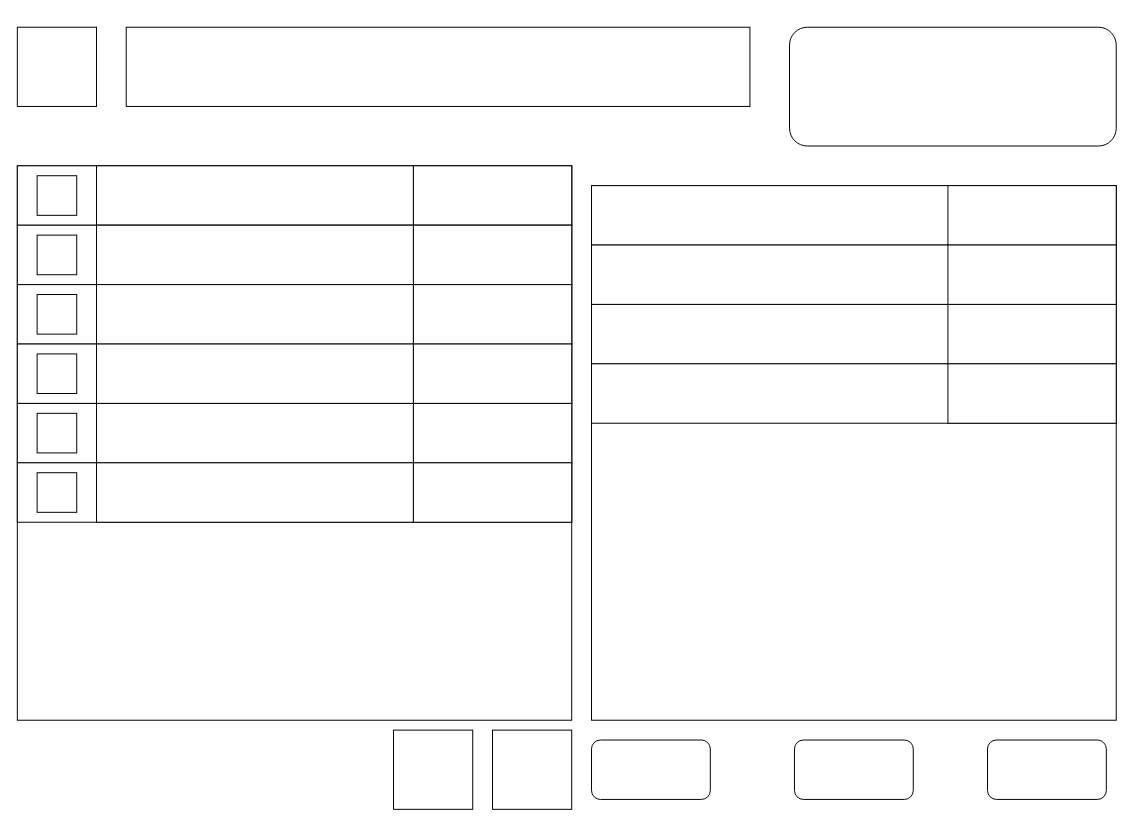
Earlier version of the draw.io diagram SE Product selector.drawio.xml (WillTheDeveloper/drawio). Source tidied: cells renumbered, new cells numbered last; positions are measured from the earlier drawing's top-left corner, leaving out a move shared by most shapes. Both pictures are drawn from the tidied source at 99%, with x=0, y=0 at pixel (17, 27).
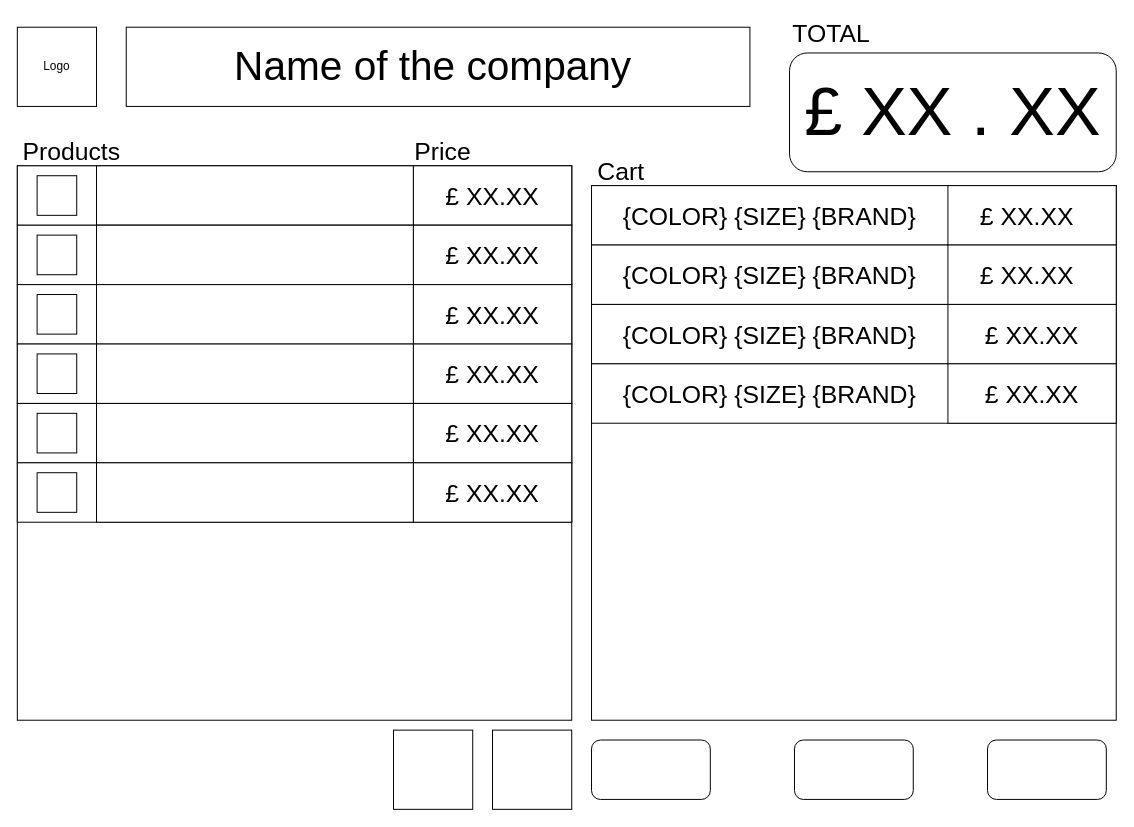
Above is the later version.

Diff of the diagram source:
```diff
@@
     <mxCell id="4" style="rounded=1;whiteSpace=wrap;html=1;" parent="1" vertex="1">
-      <mxGeometry x="780" width="330" height="120" as="geometry" />
+      <mxGeometry x="780" y="26" width="330" height="120" as="geometry" />
     </mxCell>
@@
+    <mxCell id="44" value="Logo" style="text;html=1;strokeColor=none;fillColor=none;align=center;verticalAlign=middle;whiteSpace=wrap;rounded=0;" parent="1" vertex="1">
+      <mxGeometry x="10" y="25" width="60" height="30" as="geometry" />
+    </mxCell>
+    <mxCell id="45" value="&lt;font style=&quot;font-size: 41px&quot;&gt;Name of the company&lt;/font&gt;" style="text;html=1;strokeColor=none;fillColor=none;align=center;verticalAlign=middle;whiteSpace=wrap;rounded=0;" parent="1" vertex="1">
+      <mxGeometry x="130" y="10" width="580" height="60" as="geometry" />
+    </mxCell>
+    <mxCell id="46" value="&lt;font style=&quot;font-size: 69px&quot;&gt;£ XX . XX&lt;/font&gt;" style="text;html=1;strokeColor=none;fillColor=none;align=center;verticalAlign=middle;whiteSpace=wrap;rounded=0;fontSize=41;" parent="1" vertex="1">
+      <mxGeometry x="790" y="36" width="310" height="100" as="geometry" />
+    </mxCell>
+    <mxCell id="47" value="Products" style="text;html=1;strokeColor=none;fillColor=none;align=center;verticalAlign=middle;whiteSpace=wrap;rounded=0;fontSize=25;" parent="1" vertex="1">
+      <mxGeometry y="110" width="110" height="30" as="geometry" />
+    </mxCell>
+    <mxCell id="48" value="Price" style="text;html=1;strokeColor=none;fillColor=none;align=center;verticalAlign=middle;whiteSpace=wrap;rounded=0;fontSize=25;" parent="1" vertex="1">
+      <mxGeometry x="400" y="110" width="60" height="30" as="geometry" />
+    </mxCell>
+    <mxCell id="49" value="Cart" style="text;html=1;strokeColor=none;fillColor=none;align=center;verticalAlign=middle;whiteSpace=wrap;rounded=0;fontSize=25;" parent="1" vertex="1">
+      <mxGeometry x="580" y="130" width="60" height="30" as="geometry" />
+    </mxCell>
+    <mxCell id="50" value="TOTAL" style="text;html=1;strokeColor=none;fillColor=none;align=center;verticalAlign=middle;whiteSpace=wrap;rounded=0;fontSize=25;" parent="1" vertex="1">
+      <mxGeometry x="780" y="-10" width="85" height="30" as="geometry" />
+    </mxCell>
+    <mxCell id="51" value="{COLOR} {SIZE} {BRAND}" style="text;html=1;strokeColor=none;fillColor=none;align=center;verticalAlign=middle;whiteSpace=wrap;rounded=0;fontSize=25;" parent="1" vertex="1">
+      <mxGeometry x="590" y="175" width="340" height="30" as="geometry" />
+    </mxCell>
+    <mxCell id="52" value="{COLOR} {SIZE} {BRAND}" style="text;html=1;strokeColor=none;fillColor=none;align=center;verticalAlign=middle;whiteSpace=wrap;rounded=0;fontSize=25;" parent="1" vertex="1">
+      <mxGeometry x="590" y="235" width="340" height="30" as="geometry" />
+    </mxCell>
+    <mxCell id="53" value="{COLOR} {SIZE} {BRAND}" style="text;html=1;strokeColor=none;fillColor=none;align=center;verticalAlign=middle;whiteSpace=wrap;rounded=0;fontSize=25;" parent="1" vertex="1">
+      <mxGeometry x="590" y="295" width="340" height="30" as="geometry" />
+    </mxCell>
+    <mxCell id="54" value="{COLOR} {SIZE} {BRAND}" style="text;html=1;strokeColor=none;fillColor=none;align=center;verticalAlign=middle;whiteSpace=wrap;rounded=0;fontSize=25;" parent="1" vertex="1">
+      <mxGeometry x="590" y="355" width="340" height="30" as="geometry" />
+    </mxCell>
+    <mxCell id="55" value="£ XX.XX" style="text;html=1;strokeColor=none;fillColor=none;align=center;verticalAlign=middle;whiteSpace=wrap;rounded=0;fontSize=25;" parent="1" vertex="1">
+      <mxGeometry x="960" y="175" width="120" height="30" as="geometry" />
+    </mxCell>
+    <mxCell id="56" value="£ XX.XX" style="text;html=1;strokeColor=none;fillColor=none;align=center;verticalAlign=middle;whiteSpace=wrap;rounded=0;fontSize=25;" parent="1" vertex="1">
+      <mxGeometry x="960" y="235" width="120" height="30" as="geometry" />
+    </mxCell>
+    <mxCell id="57" value="£ XX.XX" style="text;html=1;strokeColor=none;fillColor=none;align=center;verticalAlign=middle;whiteSpace=wrap;rounded=0;fontSize=25;" parent="1" vertex="1">
+      <mxGeometry x="965" y="295" width="120" height="30" as="geometry" />
+    </mxCell>
+    <mxCell id="58" value="£ XX.XX" style="text;html=1;strokeColor=none;fillColor=none;align=center;verticalAlign=middle;whiteSpace=wrap;rounded=0;fontSize=25;" parent="1" vertex="1">
+      <mxGeometry x="965" y="355" width="120" height="30" as="geometry" />
+    </mxCell>
+    <mxCell id="59" value="£ XX.XX" style="text;html=1;strokeColor=none;fillColor=none;align=center;verticalAlign=middle;whiteSpace=wrap;rounded=0;fontSize=25;" parent="1" vertex="1">
+      <mxGeometry x="420" y="155" width="120" height="30" as="geometry" />
+    </mxCell>
+    <mxCell id="60" value="£ XX.XX" style="text;html=1;strokeColor=none;fillColor=none;align=center;verticalAlign=middle;whiteSpace=wrap;rounded=0;fontSize=25;" parent="1" vertex="1">
+      <mxGeometry x="420" y="215" width="120" height="30" as="geometry" />
+    </mxCell>
+    <mxCell id="61" value="£ XX.XX" style="text;html=1;strokeColor=none;fillColor=none;align=center;verticalAlign=middle;whiteSpace=wrap;rounded=0;fontSize=25;" parent="1" vertex="1">
+      <mxGeometry x="420" y="275" width="120" height="30" as="geometry" />
+    </mxCell>
+    <mxCell id="62" value="£ XX.XX" style="text;html=1;strokeColor=none;fillColor=none;align=center;verticalAlign=middle;whiteSpace=wrap;rounded=0;fontSize=25;" parent="1" vertex="1">
+      <mxGeometry x="420" y="335" width="120" height="30" as="geometry" />
+    </mxCell>
+    <mxCell id="63" value="£ XX.XX" style="text;html=1;strokeColor=none;fillColor=none;align=center;verticalAlign=middle;whiteSpace=wrap;rounded=0;fontSize=25;" parent="1" vertex="1">
+      <mxGeometry x="420" y="394" width="120" height="30" as="geometry" />
+    </mxCell>
+    <mxCell id="64" value="£ XX.XX" style="text;html=1;strokeColor=none;fillColor=none;align=center;verticalAlign=middle;whiteSpace=wrap;rounded=0;fontSize=25;" parent="1" vertex="1">
+      <mxGeometry x="420" y="455" width="120" height="30" as="geometry" />
+    </mxCell>
```
